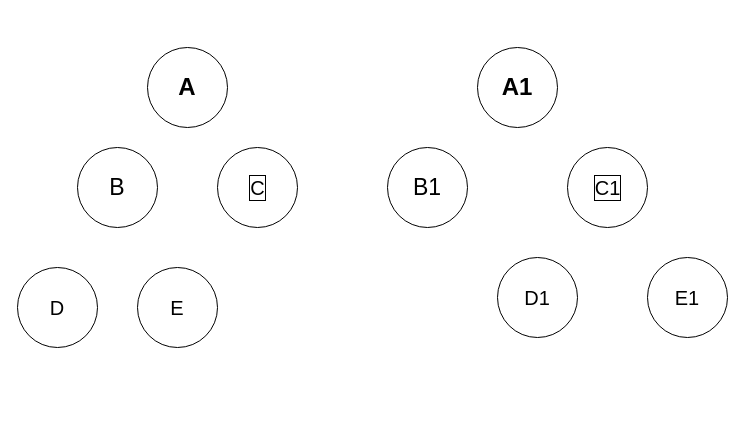
Before: src/图解.dio in PhilRandWu/Algorithm_code_ts, a draw.io diagram. Source tidied: cells renumbered, new cells numbered last; positions are measured from the earlier drawing's top-left corner, leaving out a move shared by most shapes. Both pictures are drawn from the tidied source at 100%, with x=0, y=0 at pixel (17, 47).
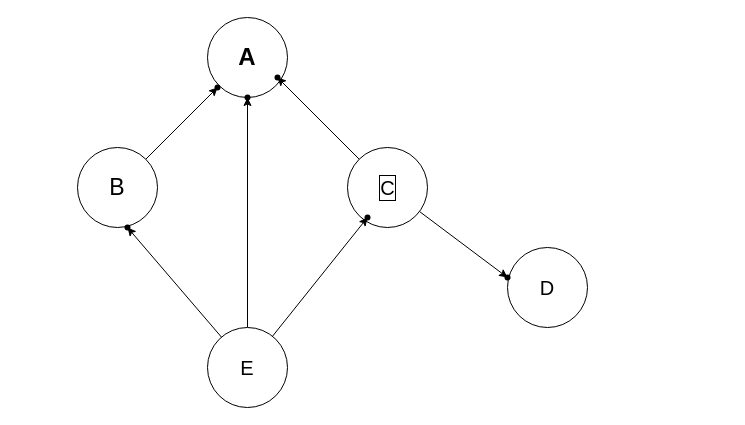
The same page after the edit.

Commit message (it also covers changes not shown here):
图的深度优先搜索

Diff of the diagram source:
```diff
@@
 <mxGraphModel>
   <root>
     <mxCell id="0" />
     <mxCell id="1" parent="0" />
     <mxCell id="2" value="&lt;h1&gt;A&lt;/h1&gt;" style="ellipse;whiteSpace=wrap;html=1;" parent="1" vertex="1">
-      <mxGeometry x="130" width="80" height="80" as="geometry" />
+      <mxGeometry x="190" y="-30" width="80" height="80" as="geometry" />
     </mxCell>
+    <mxCell id="12" style="edgeStyle=none;html=1;" parent="1" edge="1" source="3" target="18">
+      <mxGeometry relative="1" as="geometry" />
+    </mxCell>
     <mxCell id="3" value="B" style="ellipse;whiteSpace=wrap;html=1;fontStyle=0;fontSize=23;" parent="1" vertex="1">
       <mxGeometry x="60" y="100" width="80" height="80" as="geometry" />
     </mxCell>
+    <mxCell id="13" style="edgeStyle=none;html=1;" parent="1" edge="1" source="4" target="19">
+      <mxGeometry relative="1" as="geometry" />
+    </mxCell>
+    <mxCell id="14" style="edgeStyle=none;html=1;" parent="1" edge="1" source="4" target="23">
+      <mxGeometry relative="1" as="geometry" />
+    </mxCell>
     <mxCell id="4" value="C" style="ellipse;html=1;fontSize=20;labelBorderColor=default;" parent="1" vertex="1">
-      <mxGeometry x="200" y="100" width="80" height="80" as="geometry" />
+      <mxGeometry x="330" y="100" width="80" height="80" as="geometry" />
     </mxCell>
     <mxCell id="5" value="D" style="ellipse;whiteSpace=wrap;html=1;fontSize=20;" parent="1" vertex="1">
-      <mxGeometry y="220" width="80" height="80" as="geometry" />
+      <mxGeometry x="490" y="200" width="80" height="80" as="geometry" />
     </mxCell>
+    <mxCell id="15" style="edgeStyle=none;html=1;" parent="1" edge="1" source="6" target="20">
+      <mxGeometry relative="1" as="geometry" />
+    </mxCell>
+    <mxCell id="16" style="edgeStyle=none;html=1;" parent="1" edge="1" source="6" target="21">
+      <mxGeometry relative="1" as="geometry" />
+    </mxCell>
+    <mxCell id="17" style="edgeStyle=none;html=1;" parent="1" edge="1" source="6" target="22">
+      <mxGeometry relative="1" as="geometry" />
+    </mxCell>
     <mxCell id="6" value="E" style="ellipse;whiteSpace=wrap;html=1;fontSize=20;" parent="1" vertex="1">
-      <mxGeometry x="120" y="220" width="80" height="80" as="geometry" />
+      <mxGeometry x="190" y="280" width="80" height="80" as="geometry" />
     </mxCell>
-    <mxCell id="7" value="&lt;h1&gt;A1&lt;/h1&gt;" style="ellipse;whiteSpace=wrap;html=1;" parent="1" vertex="1">
-      <mxGeometry x="460" width="80" height="80" as="geometry" />
-    </mxCell>
-    <mxCell id="8" value="B1" style="ellipse;whiteSpace=wrap;html=1;fontStyle=0;fontSize=23;" parent="1" vertex="1">
-      <mxGeometry x="370" y="100" width="80" height="80" as="geometry" />
-    </mxCell>
-    <mxCell id="9" value="C1" style="ellipse;html=1;fontSize=20;labelBorderColor=default;" parent="1" vertex="1">
-      <mxGeometry x="550" y="100" width="80" height="80" as="geometry" />
-    </mxCell>
-    <mxCell id="10" value="D1" style="ellipse;whiteSpace=wrap;html=1;fontSize=20;" parent="1" vertex="1">
-      <mxGeometry x="480" y="210" width="80" height="80" as="geometry" />
-    </mxCell>
-    <mxCell id="11" value="E1" style="ellipse;whiteSpace=wrap;html=1;fontSize=20;" parent="1" vertex="1">
-      <mxGeometry x="630" y="210" width="80" height="80" as="geometry" />
-    </mxCell>
+    <mxCell id="18" style="shape=waypoint;sketch=0;size=6;points=[];fillColor=default;perimeter=centerPerimeter;snapToPoint=1;fontSize=23;fontStyle=0;" parent="1" vertex="1">
+      <mxGeometry x="180" y="20" width="40" height="40" as="geometry" />
+    </mxCell>
+    <mxCell id="19" style="shape=waypoint;sketch=0;size=6;points=[];fillColor=default;perimeter=centerPerimeter;snapToPoint=1;fontSize=20;labelBorderColor=default;" parent="1" vertex="1">
+      <mxGeometry x="470" y="210" width="40" height="40" as="geometry" />
+    </mxCell>
+    <mxCell id="20" style="shape=waypoint;sketch=0;size=6;points=[];fillColor=default;perimeter=centerPerimeter;snapToPoint=1;fontSize=20;" parent="1" vertex="1">
+      <mxGeometry x="330" y="150" width="40" height="40" as="geometry" />
+    </mxCell>
+    <mxCell id="21" style="shape=waypoint;sketch=0;size=6;points=[];fillColor=default;perimeter=centerPerimeter;snapToPoint=1;fontSize=20;" parent="1" vertex="1">
+      <mxGeometry x="210" y="30" width="40" height="40" as="geometry" />
+    </mxCell>
+    <mxCell id="22" style="shape=waypoint;sketch=0;size=6;points=[];fillColor=default;perimeter=centerPerimeter;snapToPoint=1;fontSize=20;" parent="1" vertex="1">
+      <mxGeometry x="90" y="160" width="40" height="40" as="geometry" />
+    </mxCell>
+    <mxCell id="23" style="shape=waypoint;sketch=0;size=6;points=[];fillColor=default;perimeter=centerPerimeter;snapToPoint=1;fontSize=20;labelBorderColor=default;" parent="1" vertex="1">
+      <mxGeometry x="240" y="10" width="40" height="40" as="geometry" />
+    </mxCell>
   </root>
 </mxGraphModel>
```
